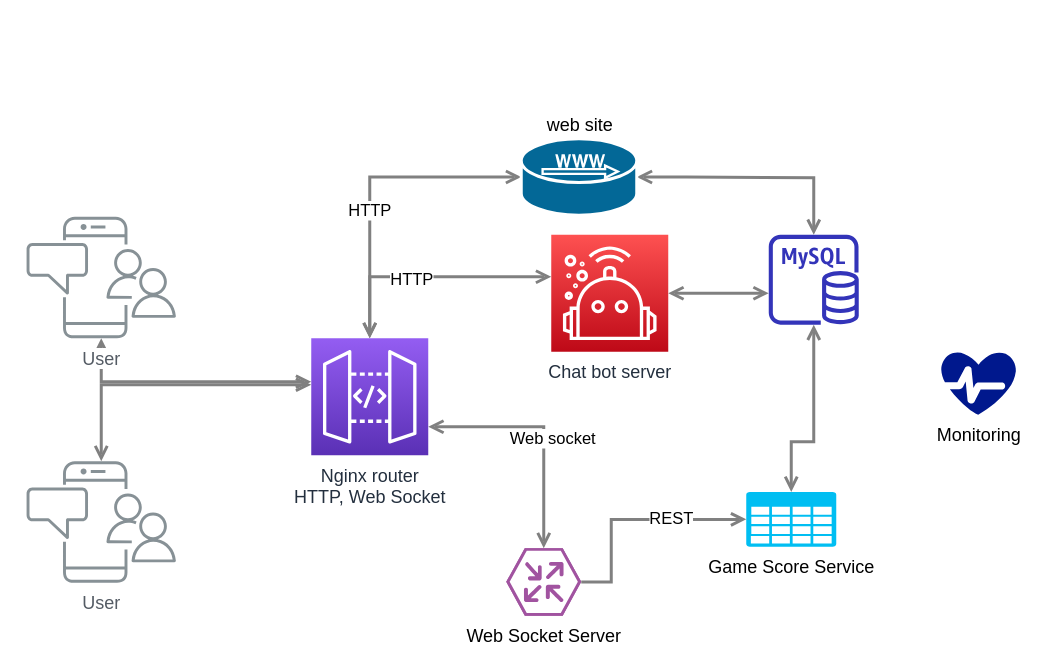
Above: airhockey-component-hld.drawio in grikdotnet/airhockey (draw.io), before the change. Source tidied: cells renumbered, new cells numbered last; positions are measured from the earlier drawing's top-left corner, leaving out a move shared by most shapes. Both pictures are drawn from the tidied source at 150%, with x=0, y=0 at pixel (26, 138).
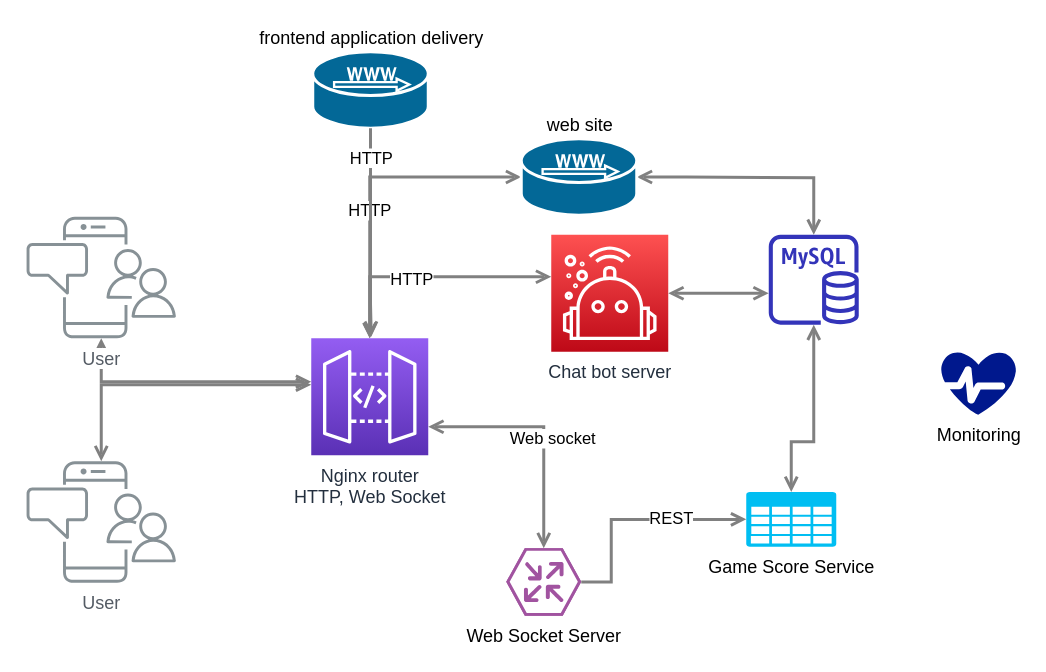
After the change.

Commit message (it also covers changes not shown here):
component hld diagram

The edit, as a diff of the source:
```diff
@@
+    <mxCell id="24" value="frontend application delivery" style="shape=mxgraph.cisco.servers.microwebserver;html=1;dashed=0;fillColor=#036897;strokeColor=#ffffff;strokeWidth=2;verticalLabelPosition=top;verticalAlign=bottom;align=center;outlineConnect=0;labelPosition=center;" parent="1" vertex="1">
+      <mxGeometry x="191" y="-58" width="77" height="51" as="geometry" />
+    </mxCell>
+    <mxCell id="25" style="edgeStyle=orthogonalEdgeStyle;rounded=0;jettySize=auto;html=1;startArrow=none;startFill=0;endArrow=open;endFill=0;strokeWidth=2;strokeColor=#808080;exitX=0.5;exitY=1;exitDx=0;exitDy=0;exitPerimeter=0;" parent="1" edge="1" source="24">
+      <mxGeometry relative="1" as="geometry">
+        <mxPoint x="230" y="132" as="targetPoint" />
+        <Array as="points">
+          <mxPoint x="230" y="110" />
+        </Array>
+      </mxGeometry>
+    </mxCell>
+    <mxCell id="26" value="HTTP" style="edgeLabel;html=1;align=center;verticalAlign=middle;" parent="25" vertex="1">
+      <mxGeometry x="0.17" y="-1" relative="1" as="geometry">
+        <mxPoint x="1" y="-62" as="offset" />
+      </mxGeometry>
+    </mxCell>
```
